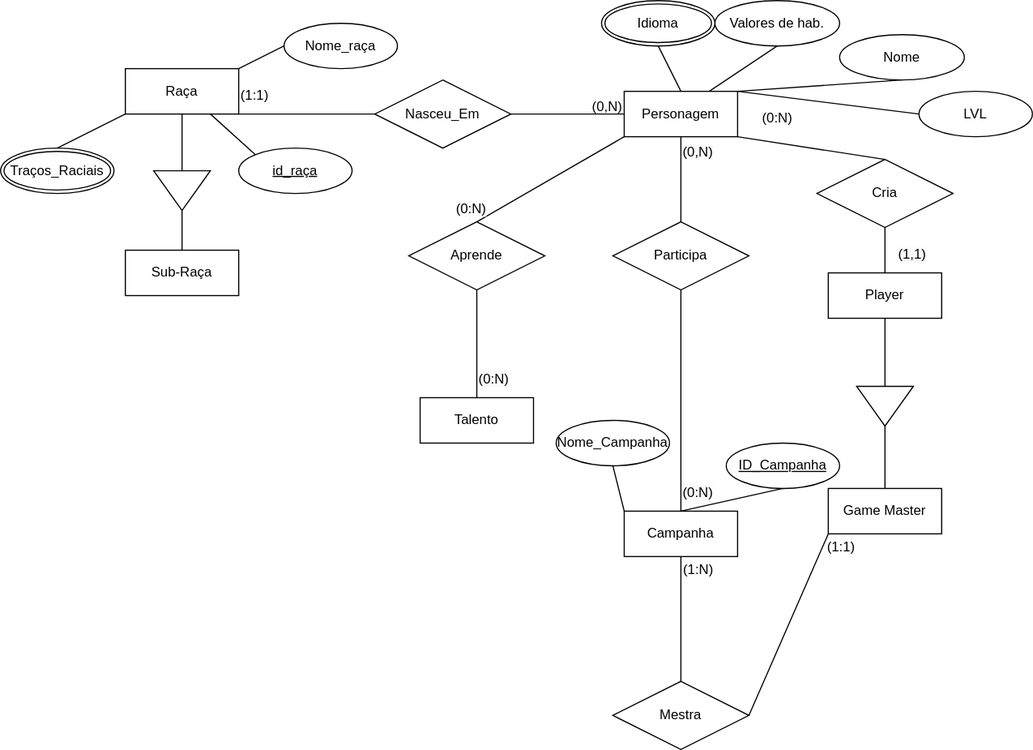
VitorFonseca123/DnD-RPG keeps this draw.io diagram as Diagrama sem nome.drawio.svg. Above is the earlier version. Source tidied: cells renumbered, new cells last; positions are measured from the earlier drawing's top-left corner, leaving out a move shared by most shapes.
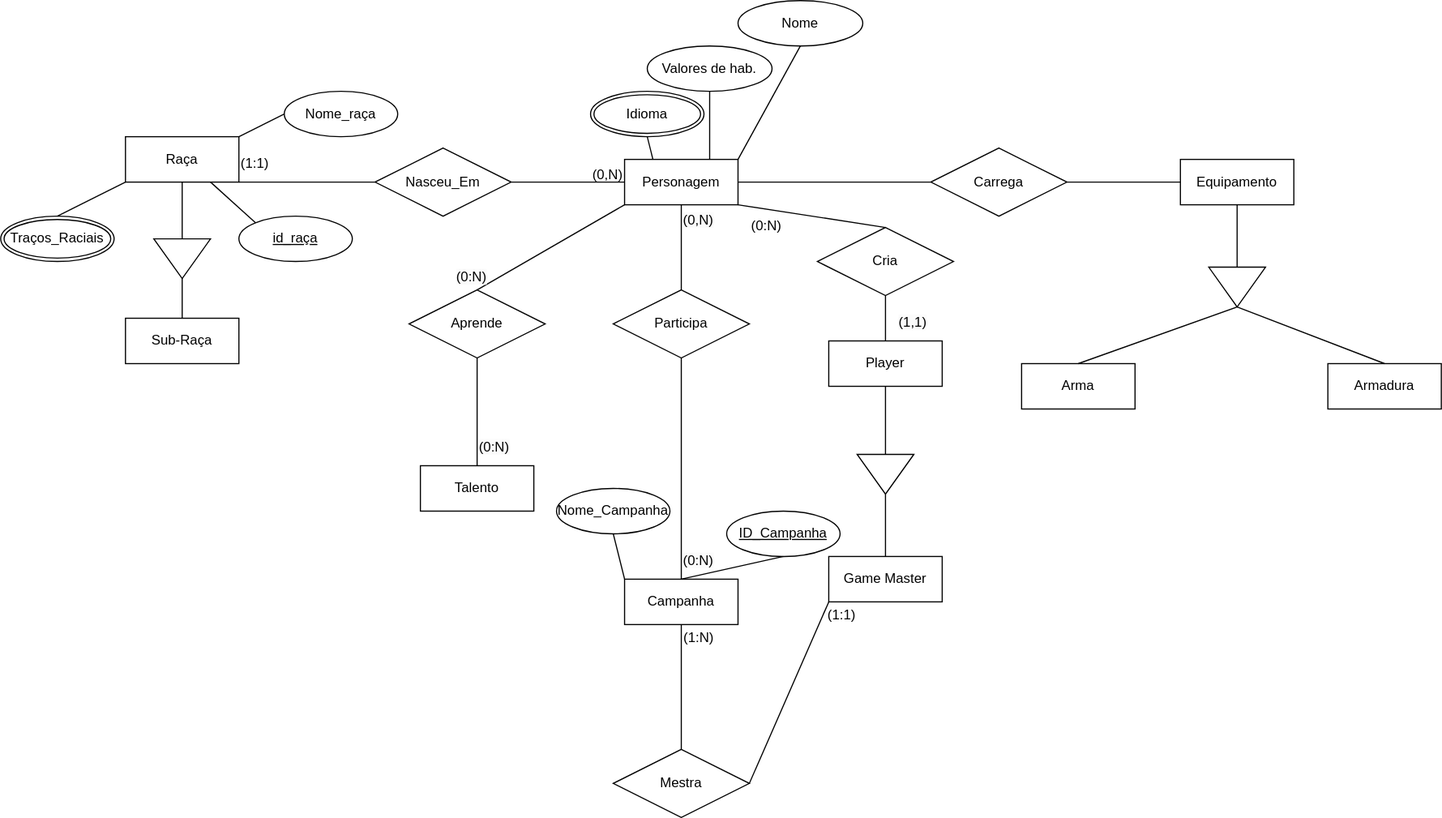
The same file after the commit.

The edit, as a diff of the source:
```diff
@@ -71,7 +71,7 @@
       <mxGeometry relative="1" as="geometry" />
     </mxCell>
     <mxCell id="24" value="&lt;span style=&quot;text-align: right; text-wrap: nowrap;&quot;&gt;(0&lt;/span&gt;&lt;span style=&quot;text-align: right; text-wrap: nowrap; background-color: initial;&quot;&gt;:N)&lt;/span&gt;" style="text;whiteSpace=wrap;html=1;" parent="1" vertex="1">
-      <mxGeometry x="670" y="90" width="60" height="30" as="geometry" />
+      <mxGeometry x="660" y="125" width="60" height="30" as="geometry" />
     </mxCell>
     <mxCell id="25" value="Participa" style="shape=rhombus;perimeter=rhombusPerimeter;whiteSpace=wrap;html=1;align=center;" parent="1" vertex="1">
       <mxGeometry x="540" y="195" width="120" height="60" as="geometry" />
@@ -83,10 +83,10 @@
       <mxGeometry x="600" y="120" width="60" height="40" as="geometry" />
     </mxCell>
     <mxCell id="28" value="Valores de hab." style="ellipse;whiteSpace=wrap;html=1;align=center;" parent="1" vertex="1">
-      <mxGeometry x="630" width="110" height="40" as="geometry" />
+      <mxGeometry x="570" y="-20" width="110" height="40" as="geometry" />
     </mxCell>
     <mxCell id="29" value="Nome" style="ellipse;whiteSpace=wrap;html=1;align=center;" parent="1" vertex="1">
-      <mxGeometry x="740" y="30" width="110" height="40" as="geometry" />
+      <mxGeometry x="650" y="-60" width="110" height="40" as="geometry" />
     </mxCell>
     <mxCell id="30" style="endArrow=none;html=1;rounded=0;exitX=0.75;exitY=0;exitDx=0;exitDy=0;entryX=0.5;entryY=1;entryDx=0;entryDy=0;" parent="1" edge="1" source="21" target="28">
       <mxGeometry relative="1" as="geometry" />
@@ -94,12 +94,6 @@
     <mxCell id="31" style="endArrow=none;html=1;rounded=0;exitX=0.5;exitY=1;exitDx=0;exitDy=0;entryX=1;entryY=0;entryDx=0;entryDy=0;" parent="1" edge="1" source="29" target="21">
       <mxGeometry relative="1" as="geometry" />
     </mxCell>
-    <mxCell id="32" value="LVL" style="ellipse;whiteSpace=wrap;html=1;align=center;" parent="1" vertex="1">
-      <mxGeometry x="810" y="80" width="100" height="40" as="geometry" />
-    </mxCell>
-    <mxCell id="33" style="endArrow=none;html=1;rounded=0;exitX=1;exitY=0;exitDx=0;exitDy=0;entryX=0;entryY=0.5;entryDx=0;entryDy=0;" parent="1" edge="1" source="21" target="32">
-      <mxGeometry relative="1" as="geometry" />
-    </mxCell>
     <mxCell id="34" value="Raça" style="whiteSpace=wrap;html=1;align=center;" parent="1" vertex="1">
       <mxGeometry x="110" y="60" width="100" height="40" as="geometry" />
     </mxCell>
@@ -148,11 +142,11 @@
     <mxCell id="49" style="endArrow=none;html=1;rounded=0;exitX=0.5;exitY=0;exitDx=0;exitDy=0;entryX=0;entryY=1;entryDx=0;entryDy=0;" parent="1" edge="1" source="48" target="34">
       <mxGeometry relative="1" as="geometry" />
     </mxCell>
-    <mxCell id="50" style="endArrow=none;html=1;rounded=0;exitX=0.5;exitY=1;exitDx=0;exitDy=0;entryX=0.5;entryY=0;entryDx=0;entryDy=0;" parent="1" edge="1" source="51" target="21">
+    <mxCell id="50" style="endArrow=none;html=1;rounded=0;exitX=0.5;exitY=1;exitDx=0;exitDy=0;entryX=0.25;entryY=0;entryDx=0;entryDy=0;" parent="1" edge="1" source="51" target="21">
       <mxGeometry relative="1" as="geometry" />
     </mxCell>
     <mxCell id="51" value="Idioma" style="ellipse;shape=doubleEllipse;margin=3;whiteSpace=wrap;html=1;align=center;" parent="1" vertex="1">
-      <mxGeometry x="530" width="100" height="40" as="geometry" />
+      <mxGeometry x="520" y="20" width="100" height="40" as="geometry" />
     </mxCell>
     <mxCell id="52" value="Talento" style="whiteSpace=wrap;html=1;align=center;" parent="1" vertex="1">
       <mxGeometry x="370" y="350" width="100" height="40" as="geometry" />
@@ -172,5 +166,35 @@
     <mxCell id="57" value="&lt;span style=&quot;color: rgb(0, 0, 0); font-family: Helvetica; font-size: 12px; font-style: normal; font-variant-ligatures: normal; font-variant-caps: normal; font-weight: 400; letter-spacing: normal; orphans: 2; text-align: right; text-indent: 0px; text-transform: none; widows: 2; word-spacing: 0px; -webkit-text-stroke-width: 0px; white-space: nowrap; background-color: rgb(251, 251, 251); text-decoration-thickness: initial; text-decoration-style: initial; text-decoration-color: initial; display: inline !important; float: none;&quot;&gt;(0:N)&lt;/span&gt;" style="text;whiteSpace=wrap;html=1;" parent="1" vertex="1">
       <mxGeometry x="400" y="170" width="60" height="40" as="geometry" />
     </mxCell>
+    <mxCell id="58" value="Equipamento" style="whiteSpace=wrap;html=1;align=center;" parent="1" vertex="1">
+      <mxGeometry x="1040" y="80" width="100" height="40" as="geometry" />
+    </mxCell>
+    <mxCell id="59" value="Carrega" style="shape=rhombus;perimeter=rhombusPerimeter;whiteSpace=wrap;html=1;align=center;" parent="1" vertex="1">
+      <mxGeometry x="820" y="70" width="120" height="60" as="geometry" />
+    </mxCell>
+    <mxCell id="60" style="endArrow=none;html=1;rounded=0;exitX=1;exitY=0.5;exitDx=0;exitDy=0;entryX=0;entryY=0.5;entryDx=0;entryDy=0;" parent="1" edge="1" source="21" target="59">
+      <mxGeometry relative="1" as="geometry" />
+    </mxCell>
+    <mxCell id="61" style="endArrow=none;html=1;rounded=0;exitX=1;exitY=0.5;exitDx=0;exitDy=0;entryX=0;entryY=0.5;entryDx=0;entryDy=0;" parent="1" edge="1" source="59" target="58">
+      <mxGeometry relative="1" as="geometry" />
+    </mxCell>
+    <mxCell id="62" style="verticalLabelPosition=bottom;verticalAlign=top;html=1;shape=mxgraph.basic.acute_triangle;dx=0.5;rotation=-180;" parent="1" vertex="1">
+      <mxGeometry x="1065" y="175" width="50" height="35" as="geometry" />
+    </mxCell>
+    <mxCell id="63" style="endArrow=none;html=1;rounded=0;exitX=0.5;exitY=1;exitDx=0;exitDy=0;entryX=0.5;entryY=1;entryDx=0;entryDy=0;entryPerimeter=0;" parent="1" edge="1" source="58" target="62">
+      <mxGeometry relative="1" as="geometry" />
+    </mxCell>
+    <mxCell id="64" value="Armadura" style="whiteSpace=wrap;html=1;align=center;" parent="1" vertex="1">
+      <mxGeometry x="1170" y="260" width="100" height="40" as="geometry" />
+    </mxCell>
+    <mxCell id="65" value="Arma" style="whiteSpace=wrap;html=1;align=center;" parent="1" vertex="1">
+      <mxGeometry x="900" y="260" width="100" height="40" as="geometry" />
+    </mxCell>
+    <mxCell id="66" style="endArrow=none;html=1;rounded=0;exitX=0;exitY=0;exitDx=25;exitDy=0;exitPerimeter=0;entryX=0.5;entryY=0;entryDx=0;entryDy=0;" parent="1" edge="1" source="62" target="65">
+      <mxGeometry relative="1" as="geometry" />
+    </mxCell>
+    <mxCell id="67" style="endArrow=none;html=1;rounded=0;exitX=0;exitY=0;exitDx=25;exitDy=0;exitPerimeter=0;entryX=0.5;entryY=0;entryDx=0;entryDy=0;" parent="1" edge="1" source="62" target="64">
+      <mxGeometry relative="1" as="geometry" />
+    </mxCell>
   </root>
 </mxGraphModel>
```
